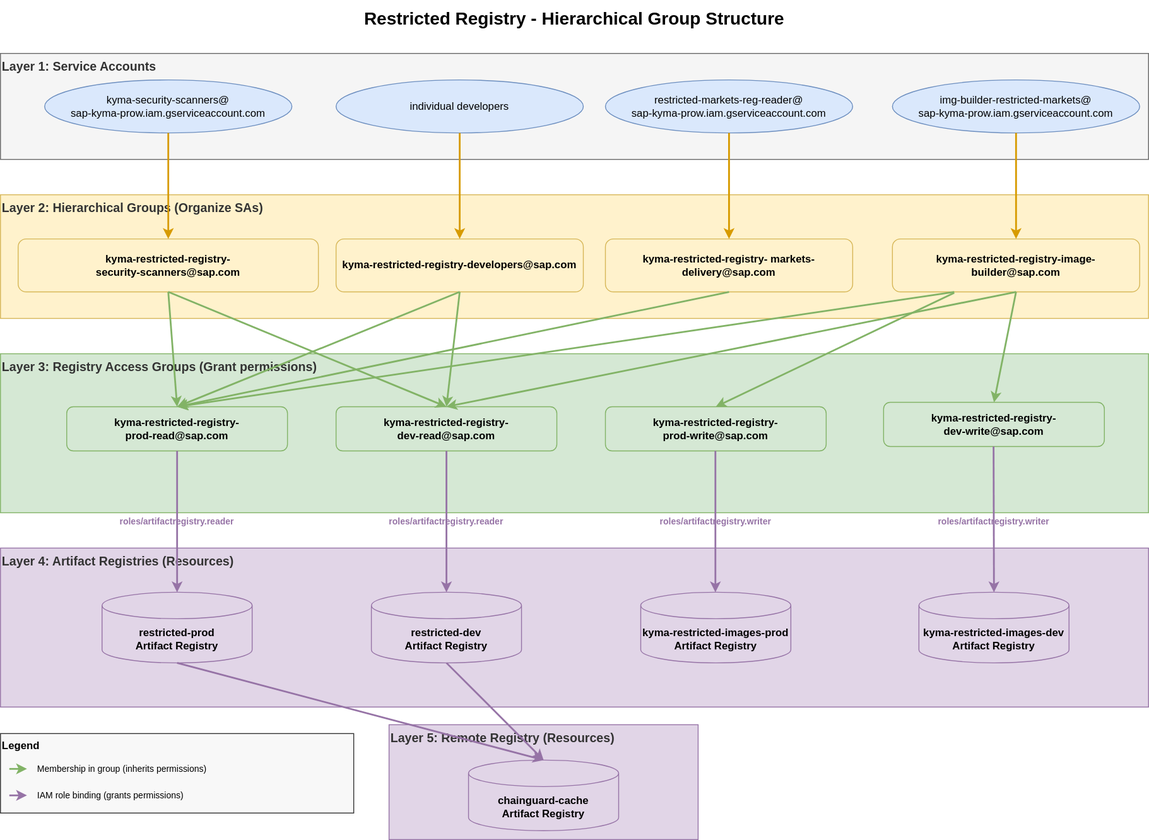
The draw.io diagram configs/terraform/environments/prod/restricted_groups.drawio.svg in kyma-project/test-infra, before a commit. Source tidied: cells renumbered, new cells last; positions are measured from the earlier drawing's top-left corner, leaving out a move shared by most shapes.
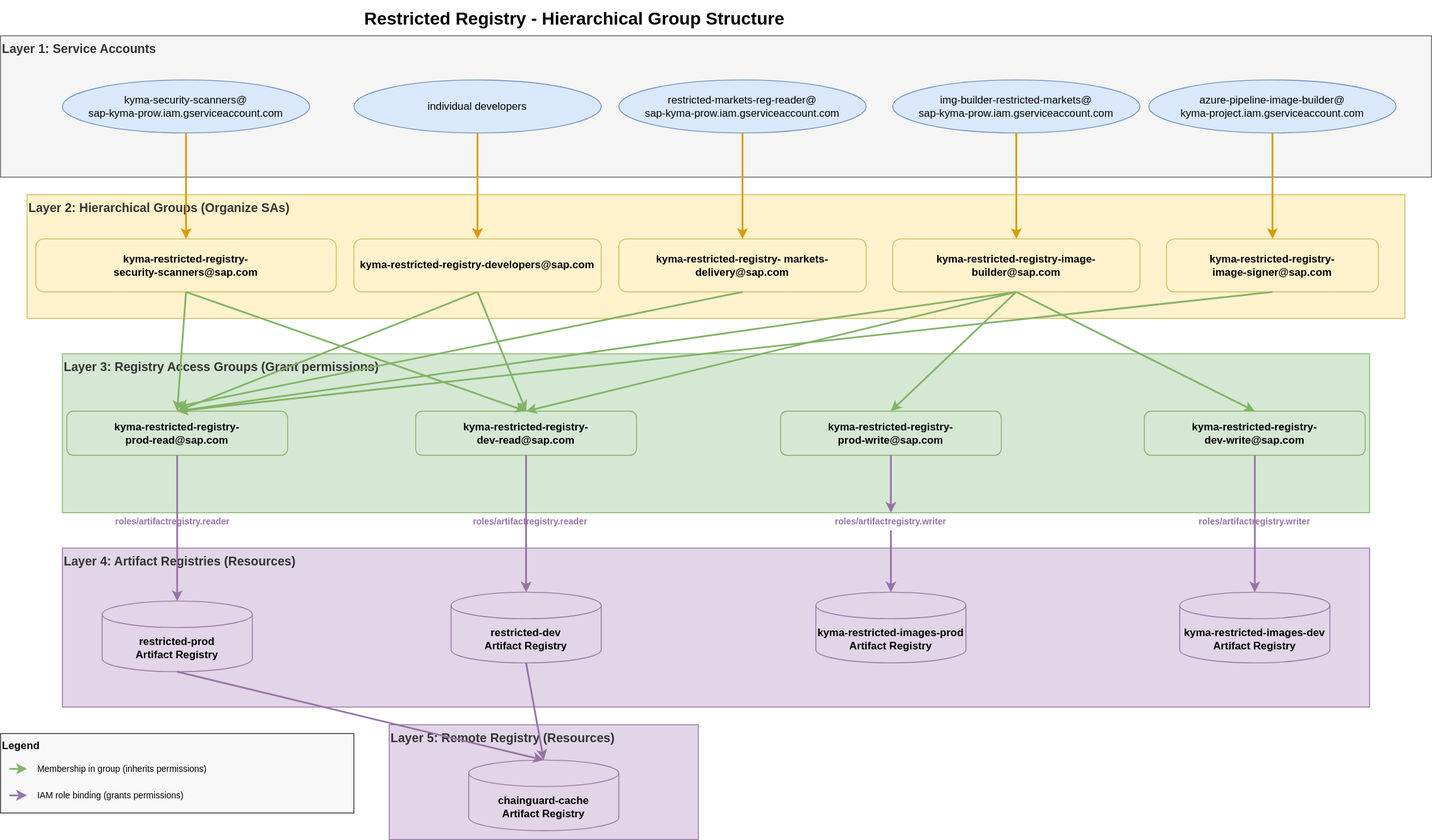
After the commit.

Commit message:
Add azure-pipeline-image-builder service account to restricted registry access

- Create new hierarchical group 'kyma-restricted-registry-image-signer@sap.com'
- Add azure-pipeline-image-builder@kyma-project.iam.gserviceaccount.com to image-signer group
- Grant image-signer group read access to kyma-restricted-images-prod registry
- Update architecture diagram to reflect new group structure

Diff of the diagram source:
```diff
@@ -4,2 +4,14 @@
     <mxCell id="1" parent="0" />
+    <mxCell id="52" value="Layer 2: Hierarchical Groups (Organize SAs)" style="rounded=0;whiteSpace=wrap;html=1;fillColor=#fff2cc;strokeColor=#d6b656;fontColor=#333333;align=left;verticalAlign=top;fontSize=14;fontStyle=1;" parent="1" vertex="1">
+      <mxGeometry x="30" y="220" width="1560" height="140" as="geometry" />
+    </mxCell>
+    <mxCell id="3" value="Layer 1: Service Accounts" style="rounded=0;whiteSpace=wrap;html=1;fillColor=#f5f5f5;strokeColor=#666666;fontColor=#333333;align=left;verticalAlign=top;fontSize=14;fontStyle=1;" parent="1" vertex="1">
+      <mxGeometry y="40" width="1620" height="160" as="geometry" />
+    </mxCell>
+    <mxCell id="53" value="kyma-restricted-registry-&#10;image-signer@sap.com" style="rounded=1;whiteSpace=wrap;html=1;fillColor=#fff2cc;strokeColor=#d6b656;fontSize=12;fontStyle=1;" parent="1" vertex="1">
+      <mxGeometry x="1320" y="270" width="240" height="60" as="geometry" />
+    </mxCell>
+    <mxCell id="54" style="endArrow=classic;html=1;strokeWidth=2;strokeColor=#d79b00;exitX=0.5;exitY=1;exitDx=0;exitDy=0;entryX=0.5;entryY=0;entryDx=0;entryDy=0;" parent="1" edge="1" source="66" target="53">
+      <mxGeometry relative="1" as="geometry" />
+    </mxCell>
     <mxCell id="2" value="Restricted Registry - Hierarchical Group Structure" style="text;html=1;strokeColor=none;fillColor=none;align=center;verticalAlign=middle;whiteSpace=wrap;rounded=0;fontSize=20;fontStyle=1;" parent="1" vertex="1">
@@ -7,22 +19,13 @@
     </mxCell>
-    <mxCell id="3" value="Layer 1: Service Accounts" style="rounded=0;whiteSpace=wrap;html=1;fillColor=#f5f5f5;strokeColor=#666666;fontColor=#333333;align=left;verticalAlign=top;fontSize=14;fontStyle=1;" parent="1" vertex="1">
-      <mxGeometry y="60" width="1300" height="120" as="geometry" />
-    </mxCell>
-    <mxCell id="4" value="kyma-security-scanners@&#10;sap-kyma-prow.iam.gserviceaccount.com" style="ellipse;whiteSpace=wrap;html=1;fillColor=#dae8fc;strokeColor=#6c8ebf;" parent="1" vertex="1">
-      <mxGeometry x="50" y="90" width="280" height="60" as="geometry" />
-    </mxCell>
     <mxCell id="5" value="restricted-markets-reg-reader@&#10;sap-kyma-prow.iam.gserviceaccount.com" style="ellipse;whiteSpace=wrap;html=1;fillColor=#dae8fc;strokeColor=#6c8ebf;" parent="1" vertex="1">
-      <mxGeometry x="685" y="90" width="280" height="60" as="geometry" />
+      <mxGeometry x="700" y="90" width="280" height="60" as="geometry" />
     </mxCell>
-    <mxCell id="6" value="Layer 2: Hierarchical Groups (Organize SAs)" style="rounded=0;whiteSpace=wrap;html=1;fillColor=#fff2cc;strokeColor=#d6b656;fontColor=#333333;align=left;verticalAlign=top;fontSize=14;fontStyle=1;" parent="1" vertex="1">
-      <mxGeometry y="220" width="1300" height="140" as="geometry" />
-    </mxCell>
     <mxCell id="7" value="kyma-restricted-registry-&#10;security-scanners@sap.com" style="rounded=1;whiteSpace=wrap;html=1;fillColor=#fff2cc;strokeColor=#d6b656;fontSize=12;fontStyle=1;" parent="1" vertex="1">
-      <mxGeometry x="20" y="270" width="340" height="60" as="geometry" />
+      <mxGeometry x="40" y="270" width="340" height="60" as="geometry" />
     </mxCell>
     <mxCell id="8" value="kyma-restricted-registry-developers@sap.com" style="rounded=1;whiteSpace=wrap;html=1;fillColor=#fff2cc;strokeColor=#d6b656;fontSize=12;fontStyle=1;" parent="1" vertex="1">
-      <mxGeometry x="380" y="270" width="280" height="60" as="geometry" />
+      <mxGeometry x="400" y="270" width="280" height="60" as="geometry" />
     </mxCell>
     <mxCell id="9" value="kyma-restricted-registry-&amp;#xa;markets-delivery@sap.com" style="rounded=1;whiteSpace=wrap;html=1;fillColor=#fff2cc;strokeColor=#d6b656;fontSize=12;fontStyle=1;" parent="1" vertex="1">
-      <mxGeometry x="685" y="270" width="280" height="60" as="geometry" />
+      <mxGeometry x="700" y="270" width="280" height="60" as="geometry" />
     </mxCell>
@@ -32,9 +35,9 @@
     <mxCell id="11" value="Layer 3: Registry Access Groups (Grant permissions)" style="rounded=0;whiteSpace=wrap;html=1;fillColor=#d5e8d4;strokeColor=#82b366;fontColor=#333333;align=left;verticalAlign=top;fontSize=14;fontStyle=1;" parent="1" vertex="1">
-      <mxGeometry y="400" width="1300" height="180" as="geometry" />
+      <mxGeometry x="70" y="400" width="1480" height="180" as="geometry" />
     </mxCell>
     <mxCell id="12" value="kyma-restricted-registry-&#10;prod-read@sap.com" style="rounded=1;whiteSpace=wrap;html=1;fillColor=#d5e8d4;strokeColor=#82b366;fontSize=12;fontStyle=1;" parent="1" vertex="1">
-      <mxGeometry x="75" y="460" width="250" height="50" as="geometry" />
+      <mxGeometry x="75" y="465" width="250" height="50" as="geometry" />
     </mxCell>
     <mxCell id="13" value="kyma-restricted-registry-&#10;dev-read@sap.com" style="rounded=1;whiteSpace=wrap;html=1;fillColor=#d5e8d4;strokeColor=#82b366;fontSize=12;fontStyle=1;" parent="1" vertex="1">
-      <mxGeometry x="380" y="460" width="250" height="50" as="geometry" />
+      <mxGeometry x="470" y="465" width="250" height="50" as="geometry" />
     </mxCell>
@@ -46,7 +49,7 @@
     </mxCell>
-    <mxCell id="16" style="endArrow=classic;html=1;strokeWidth=2;strokeColor=#82b366;exitX=0.5;exitY=1;exitDx=0;exitDy=0;" parent="1" edge="1" source="9">
-      <mxGeometry relative="1" as="geometry">
-        <mxPoint x="200" y="460" as="targetPoint" />
-      </mxGeometry>
-    </mxCell>
+    <mxCell id="55" style="endArrow=classic;html=1;strokeWidth=2;strokeColor=#82b366;exitX=0.5;exitY=1;exitDx=0;exitDy=0;" parent="1" edge="1" source="9">
+      <mxGeometry relative="1" as="geometry">
+        <mxPoint x="200" y="460" as="targetPoint" />
+      </mxGeometry>
+    </mxCell>
     <mxCell id="17" style="endArrow=classic;html=1;strokeWidth=2;strokeColor=#82b366;exitX=0.5;exitY=1;exitDx=0;exitDy=0;entryX=0.5;entryY=0;entryDx=0;entryDy=0;" parent="1" edge="1" source="8" target="12">
@@ -58,9 +61,9 @@
     <mxCell id="19" value="Layer 4: Artifact Registries (Resources)" style="rounded=0;whiteSpace=wrap;html=1;fillColor=#e1d5e7;strokeColor=#9673a6;fontColor=#333333;align=left;verticalAlign=top;fontSize=14;fontStyle=1;" parent="1" vertex="1">
-      <mxGeometry y="620" width="1300" height="180" as="geometry" />
+      <mxGeometry x="70" y="620" width="1480" height="180" as="geometry" />
     </mxCell>
     <mxCell id="20" value="restricted-prod&#10;Artifact Registry" style="shape=cylinder3;whiteSpace=wrap;html=1;boundedLbl=1;backgroundOutline=1;size=15;fillColor=#e1d5e7;strokeColor=#9673a6;fontSize=12;fontStyle=1;" parent="1" vertex="1">
-      <mxGeometry x="115" y="670" width="170" height="80" as="geometry" />
+      <mxGeometry x="115" y="680" width="170" height="80" as="geometry" />
     </mxCell>
     <mxCell id="21" value="restricted-dev&#10;Artifact Registry" style="shape=cylinder3;whiteSpace=wrap;html=1;boundedLbl=1;backgroundOutline=1;size=15;fillColor=#e1d5e7;strokeColor=#9673a6;fontSize=12;fontStyle=1;" parent="1" vertex="1">
-      <mxGeometry x="420" y="670" width="170" height="80" as="geometry" />
+      <mxGeometry x="510" y="670" width="170" height="80" as="geometry" />
     </mxCell>
@@ -72,8 +75,8 @@
     </mxCell>
-    <mxCell id="24" value="roles/artifactregistry.reader" style="text;html=1;align=center;verticalAlign=middle;whiteSpace=wrap;rounded=0;fontSize=10;fontColor=#9673a6;fontStyle=1;" parent="1" vertex="1">
-      <mxGeometry x="120" y="580" width="160" height="20" as="geometry" />
-    </mxCell>
-    <mxCell id="25" value="roles/artifactregistry.reader" style="text;html=1;align=center;verticalAlign=middle;whiteSpace=wrap;rounded=0;fontSize=10;fontColor=#9673a6;fontStyle=1;" parent="1" vertex="1">
-      <mxGeometry x="425" y="580" width="160" height="20" as="geometry" />
-    </mxCell>
+    <mxCell id="56" value="roles/artifactregistry.reader" style="text;html=1;align=center;verticalAlign=middle;whiteSpace=wrap;rounded=0;fontSize=10;fontColor=#9673a6;fontStyle=1;" parent="1" vertex="1">
+      <mxGeometry x="115" y="580" width="160" height="20" as="geometry" />
+    </mxCell>
+    <mxCell id="57" value="roles/artifactregistry.reader" style="text;html=1;align=center;verticalAlign=middle;whiteSpace=wrap;rounded=0;fontSize=10;fontColor=#9673a6;fontStyle=1;" parent="1" vertex="1">
+      <mxGeometry x="520" y="580" width="160" height="20" as="geometry" />
+    </mxCell>
     <mxCell id="26" value="Legend" style="rounded=0;whiteSpace=wrap;html=1;fillColor=#f8f8f8;strokeColor=#333333;align=left;verticalAlign=top;fontSize=12;fontStyle=1;" parent="1" vertex="1">
@@ -84,8 +87,8 @@
     </mxCell>
-    <mxCell id="28" style="endArrow=classic;html=1;strokeWidth=2;strokeColor=#82b366;" parent="1" edge="1">
-      <mxGeometry relative="1" as="geometry">
-        <mxPoint x="10" y="870" as="sourcePoint" />
-        <mxPoint x="30" y="870" as="targetPoint" />
-      </mxGeometry>
-    </mxCell>
+    <mxCell id="58" style="endArrow=classic;html=1;strokeWidth=2;strokeColor=#82b366;" parent="1" edge="1">
+      <mxGeometry relative="1" as="geometry">
+        <mxPoint x="10" y="870" as="sourcePoint" />
+        <mxPoint x="30" y="870" as="targetPoint" />
+      </mxGeometry>
+    </mxCell>
     <mxCell id="29" value="IAM role binding (grants permissions)" style="text;html=1;align=left;verticalAlign=middle;whiteSpace=wrap;rounded=0;fontSize=10;" parent="1" vertex="1">
@@ -93,8 +96,8 @@
     </mxCell>
-    <mxCell id="30" style="endArrow=classic;html=1;strokeWidth=2;strokeColor=#9673a6;" parent="1" edge="1">
-      <mxGeometry relative="1" as="geometry">
-        <mxPoint x="10" y="900" as="sourcePoint" />
-        <mxPoint x="30" y="900" as="targetPoint" />
-      </mxGeometry>
-    </mxCell>
+    <mxCell id="59" style="endArrow=classic;html=1;strokeWidth=2;strokeColor=#9673a6;" parent="1" edge="1">
+      <mxGeometry relative="1" as="geometry">
+        <mxPoint x="10" y="900" as="sourcePoint" />
+        <mxPoint x="30" y="900" as="targetPoint" />
+      </mxGeometry>
+    </mxCell>
     <mxCell id="31" style="endArrow=classic;html=1;strokeWidth=2;strokeColor=#d79b00;exitX=0.5;exitY=1;exitDx=0;exitDy=0;entryX=0.5;entryY=0;entryDx=0;entryDy=0;" parent="1" edge="1" source="5" target="9">
@@ -114,17 +117,21 @@
     </mxCell>
-    <mxCell id="36" style="endArrow=classic;html=1;strokeWidth=2;strokeColor=#82b366;entryX=0.5;entryY=0;entryDx=0;entryDy=0;" parent="1" edge="1" target="12">
-      <mxGeometry relative="1" as="geometry">
-        <mxPoint x="1080" y="330" as="sourcePoint" />
-      </mxGeometry>
-    </mxCell>
+    <mxCell id="60" style="endArrow=classic;html=1;strokeWidth=2;strokeColor=#82b366;entryX=0.5;entryY=0;entryDx=0;entryDy=0;" parent="1" edge="1" target="12">
+      <mxGeometry relative="1" as="geometry">
+        <mxPoint x="1150" y="330" as="sourcePoint" />
+      </mxGeometry>
+    </mxCell>
     <mxCell id="37" value="kyma-restricted-registry-&lt;br&gt;prod-write@sap.com" style="rounded=1;whiteSpace=wrap;html=1;fillColor=#d5e8d4;strokeColor=#82b366;fontSize=12;fontStyle=1;" parent="1" vertex="1">
-      <mxGeometry x="685" y="460" width="250" height="50" as="geometry" />
+      <mxGeometry x="883" y="465" width="250" height="50" as="geometry" />
     </mxCell>
-    <mxCell id="38" style="endArrow=classic;html=1;strokeWidth=2;strokeColor=#82b366;entryX=0.5;entryY=0;entryDx=0;entryDy=0;" parent="1" edge="1" target="37">
-      <mxGeometry relative="1" as="geometry">
-        <mxPoint x="1080" y="331" as="sourcePoint" />
-      </mxGeometry>
-    </mxCell>
+    <mxCell id="61" style="endArrow=classic;html=1;strokeWidth=2;strokeColor=#82b366;entryX=0.5;entryY=0;entryDx=0;entryDy=0;exitX=0.5;exitY=1;exitDx=0;exitDy=0;" parent="1" edge="1" source="33" target="37">
+      <mxGeometry relative="1" as="geometry" />
+    </mxCell>
+    <mxCell id="43" value="kyma-restricted-images-prod&lt;br&gt;Artifact Registry" style="shape=cylinder3;whiteSpace=wrap;html=1;boundedLbl=1;backgroundOutline=1;size=15;fillColor=#e1d5e7;strokeColor=#9673a6;fontSize=12;fontStyle=1;" parent="1" vertex="1">
+      <mxGeometry x="923" y="670" width="170" height="80" as="geometry" />
+    </mxCell>
+    <mxCell id="44" value="&lt;span style=&quot;color: rgb(0, 0, 0);&quot;&gt;kyma-restricted-images-dev&lt;/span&gt;&lt;br style=&quot;color: rgb(63, 63, 63); scrollbar-color: rgb(226, 226, 226) rgb(251, 251, 251);&quot;&gt;&lt;span style=&quot;color: rgb(0, 0, 0);&quot;&gt;Artifact Registry&lt;/span&gt;" style="shape=cylinder3;whiteSpace=wrap;html=1;boundedLbl=1;backgroundOutline=1;size=15;fillColor=#e1d5e7;strokeColor=#9673a6;fontSize=12;fontStyle=1;" parent="1" vertex="1">
+      <mxGeometry x="1335" y="670" width="170" height="80" as="geometry" />
+    </mxCell>
     <mxCell id="39" value="kyma-restricted-registry-&lt;br&gt;dev-write@sap.com" style="rounded=1;whiteSpace=wrap;html=1;fillColor=#d5e8d4;strokeColor=#82b366;fontSize=12;fontStyle=1;" parent="1" vertex="1">
-      <mxGeometry x="1000" y="455" width="250" height="50" as="geometry" />
+      <mxGeometry x="1295" y="465" width="250" height="50" as="geometry" />
     </mxCell>
@@ -133,14 +140,5 @@
     </mxCell>
-    <mxCell id="41" value="roles/artifactregistry.writer" style="text;html=1;align=center;verticalAlign=middle;whiteSpace=wrap;rounded=0;fontSize=10;fontColor=#9673a6;fontStyle=1;" parent="1" vertex="1">
-      <mxGeometry x="730" y="580" width="160" height="20" as="geometry" />
-    </mxCell>
-    <mxCell id="42" value="roles/artifactregistry.writer" style="text;html=1;align=center;verticalAlign=middle;whiteSpace=wrap;rounded=0;fontSize=10;fontColor=#9673a6;fontStyle=1;" parent="1" vertex="1">
-      <mxGeometry x="1045" y="580" width="160" height="20" as="geometry" />
-    </mxCell>
-    <mxCell id="43" value="kyma-restricted-images-prod&lt;br&gt;Artifact Registry" style="shape=cylinder3;whiteSpace=wrap;html=1;boundedLbl=1;backgroundOutline=1;size=15;fillColor=#e1d5e7;strokeColor=#9673a6;fontSize=12;fontStyle=1;" parent="1" vertex="1">
-      <mxGeometry x="725" y="670" width="170" height="80" as="geometry" />
-    </mxCell>
-    <mxCell id="44" value="&lt;span style=&quot;color: rgb(0, 0, 0);&quot;&gt;kyma-restricted-images-dev&lt;/span&gt;&lt;br style=&quot;color: rgb(63, 63, 63); scrollbar-color: rgb(226, 226, 226) rgb(251, 251, 251);&quot;&gt;&lt;span style=&quot;color: rgb(0, 0, 0);&quot;&gt;Artifact Registry&lt;/span&gt;" style="shape=cylinder3;whiteSpace=wrap;html=1;boundedLbl=1;backgroundOutline=1;size=15;fillColor=#e1d5e7;strokeColor=#9673a6;fontSize=12;fontStyle=1;" parent="1" vertex="1">
-      <mxGeometry x="1040" y="670" width="170" height="80" as="geometry" />
-    </mxCell>
+    <mxCell id="62" value="roles/artifactregistry.writer" style="text;html=1;align=center;verticalAlign=middle;whiteSpace=wrap;rounded=0;fontSize=10;fontColor=#9673a6;fontStyle=1;" parent="1" vertex="1">
+      <mxGeometry x="1340" y="580" width="160" height="20" as="geometry" />
+    </mxCell>
     <mxCell id="45" value="Layer 5: Remote Registry (Resources)" style="rounded=0;whiteSpace=wrap;html=1;fillColor=#e1d5e7;strokeColor=#9673a6;fontColor=#333333;align=left;verticalAlign=top;fontSize=14;fontStyle=1;" parent="1" vertex="1">
@@ -157,19 +155,29 @@
     </mxCell>
-    <mxCell id="49" style="endArrow=classic;html=1;strokeWidth=2;strokeColor=#9673a6;exitX=0.5;exitY=1;exitDx=0;exitDy=0;entryX=0.5;entryY=0;entryDx=0;entryDy=0;entryPerimeter=0;" parent="1" edge="1">
-      <mxGeometry relative="1" as="geometry">
-        <mxPoint x="809.5" y="510" as="sourcePoint" />
-        <mxPoint x="809.5" y="670" as="targetPoint" />
-      </mxGeometry>
-    </mxCell>
-    <mxCell id="50" style="endArrow=classic;html=1;strokeWidth=2;strokeColor=#9673a6;exitX=0.5;exitY=1;exitDx=0;exitDy=0;entryX=0.5;entryY=0;entryDx=0;entryDy=0;entryPerimeter=0;" parent="1" edge="1" target="44">
-      <mxGeometry relative="1" as="geometry">
-        <mxPoint x="1124.5" y="505" as="sourcePoint" />
-      </mxGeometry>
-    </mxCell>
+    <mxCell id="63" style="endArrow=classic;html=1;strokeWidth=2;strokeColor=#9673a6;entryX=0.5;entryY=0;entryDx=0;entryDy=0;entryPerimeter=0;exitX=0.5;exitY=1;exitDx=0;exitDy=0;" parent="1" edge="1" source="69" target="43">
+      <mxGeometry relative="1" as="geometry" />
+    </mxCell>
+    <mxCell id="64" style="endArrow=classic;html=1;strokeWidth=2;strokeColor=#9673a6;exitX=0.5;exitY=1;exitDx=0;exitDy=0;entryX=0.5;entryY=0;entryDx=0;entryDy=0;entryPerimeter=0;" parent="1" edge="1" source="39" target="44">
+      <mxGeometry relative="1" as="geometry" />
+    </mxCell>
     <mxCell id="51" value="individual developers" style="ellipse;whiteSpace=wrap;html=1;fillColor=#dae8fc;strokeColor=#6c8ebf;" parent="1" vertex="1">
-      <mxGeometry x="380" y="90" width="280" height="60" as="geometry" />
+      <mxGeometry x="400" y="90" width="280" height="60" as="geometry" />
     </mxCell>
-    <mxCell id="52" style="endArrow=classic;html=1;strokeWidth=2;strokeColor=#d79b00;exitX=0.5;exitY=1;exitDx=0;exitDy=0;entryX=0.5;entryY=0;entryDx=0;entryDy=0;" parent="1" edge="1" source="51" target="8">
-      <mxGeometry relative="1" as="geometry" />
-    </mxCell>
+    <mxCell id="65" style="endArrow=classic;html=1;strokeWidth=2;strokeColor=#d79b00;exitX=0.5;exitY=1;exitDx=0;exitDy=0;entryX=0.5;entryY=0;entryDx=0;entryDy=0;" parent="1" edge="1" source="51" target="8">
+      <mxGeometry relative="1" as="geometry" />
+    </mxCell>
+    <mxCell id="4" value="kyma-security-scanners@&#10;sap-kyma-prow.iam.gserviceaccount.com" style="ellipse;whiteSpace=wrap;html=1;fillColor=#dae8fc;strokeColor=#6c8ebf;" parent="1" vertex="1">
+      <mxGeometry x="70" y="90" width="280" height="60" as="geometry" />
+    </mxCell>
+    <mxCell id="66" value="azure-pipeline-image-builder@&#10;kyma-project.iam.gserviceaccount.com" style="ellipse;whiteSpace=wrap;html=1;fillColor=#dae8fc;strokeColor=#6c8ebf;" parent="1" vertex="1">
+      <mxGeometry x="1300" y="90" width="280" height="60" as="geometry" />
+    </mxCell>
+    <mxCell id="67" style="endArrow=classic;html=1;strokeWidth=2;strokeColor=#82b366;exitX=0.5;exitY=1;exitDx=0;exitDy=0;entryX=0.5;entryY=0;entryDx=0;entryDy=0;" parent="1" edge="1" source="53" target="12">
+      <mxGeometry relative="1" as="geometry" />
+    </mxCell>
+    <mxCell id="68" style="endArrow=classic;html=1;strokeWidth=2;strokeColor=#9673a6;entryX=0.5;entryY=0;entryDx=0;entryDy=0;entryPerimeter=0;exitX=0.5;exitY=1;exitDx=0;exitDy=0;" parent="1" edge="1" source="37" target="69">
+      <mxGeometry relative="1" as="geometry" />
+    </mxCell>
+    <mxCell id="69" value="roles/artifactregistry.writer" style="text;html=1;align=center;verticalAlign=middle;whiteSpace=wrap;rounded=0;fontSize=10;fontColor=#9673a6;fontStyle=1;" parent="1" vertex="1">
+      <mxGeometry x="928" y="580" width="160" height="20" as="geometry" />
+    </mxCell>
   </root>
```
